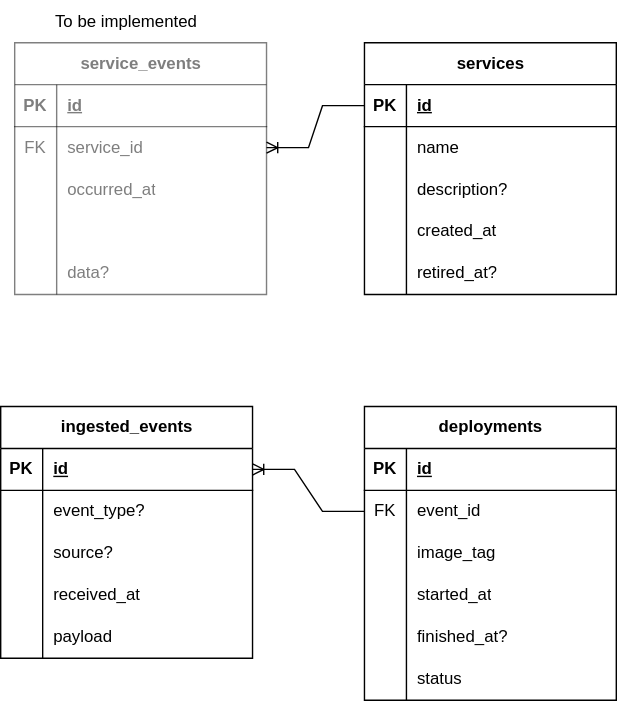
Above: services/backend/docs/erd.drawio.svg in kencopas/PortfolioApp (draw.io), before the change. Source tidied: cells renumbered, new cells last; positions are measured from the earlier drawing's top-left corner, leaving out a move shared by most shapes.
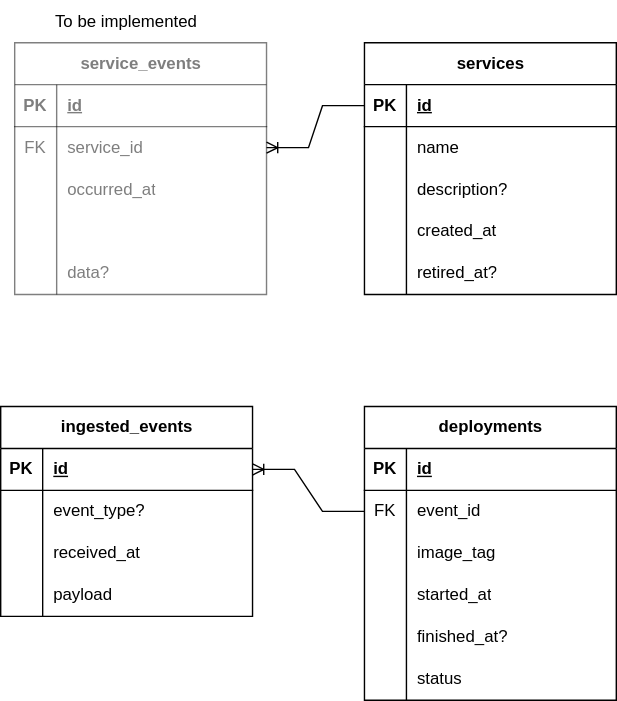
After the commit.

Diff of the diagram source:
```diff
@@ -60,7 +60,7 @@
       <mxGeometry x="30" width="150" height="30" as="geometry" />
     </mxCell>
     <mxCell id="21" value="ingested_events" style="shape=table;startSize=30;rowLines=0;fontStyle=1;align=center;html=1;" parent="1" vertex="1">
-      <mxGeometry y="290" width="180" height="180" as="geometry" />
+      <mxGeometry y="290" width="180" height="150" as="geometry" />
     </mxCell>
     <mxCell id="22" style="shape=tableRow;horizontal=0;startSize=0;swimlaneHead=0;swimlaneBody=0;fillColor=none;points=[[0,0.5],[1,0.5]];portConstraint=eastwest;top=0;left=0;right=0;bottom=1;" parent="21" vertex="1">
       <mxGeometry y="30" width="180" height="30" as="geometry" />
@@ -80,17 +80,8 @@
     <mxCell id="27" value="event_type?" style="shape=partialRectangle;fillColor=none;top=0;left=0;bottom=0;right=0;align=left;spacingLeft=6;overflow=hidden;whiteSpace=wrap;html=1;" parent="25" vertex="1">
       <mxGeometry x="30" width="150" height="30" as="geometry" />
     </mxCell>
-    <mxCell id="28" style="shape=tableRow;horizontal=0;startSize=0;swimlaneHead=0;swimlaneBody=0;fillColor=none;top=0;left=0;right=0;bottom=0;" parent="21" vertex="1">
-      <mxGeometry y="90" width="180" height="30" as="geometry" />
-    </mxCell>
-    <mxCell id="29" style="shape=partialRectangle;fillColor=none;top=0;left=0;bottom=0;right=0;overflow=hidden;whiteSpace=wrap;html=1;" parent="28" vertex="1">
-      <mxGeometry width="30" height="30" as="geometry" />
-    </mxCell>
-    <mxCell id="30" value="source?" style="shape=partialRectangle;fillColor=none;top=0;left=0;bottom=0;right=0;align=left;spacingLeft=6;overflow=hidden;whiteSpace=wrap;html=1;" parent="28" vertex="1">
-      <mxGeometry x="30" width="150" height="30" as="geometry" />
-    </mxCell>
     <mxCell id="31" style="shape=tableRow;horizontal=0;startSize=0;swimlaneHead=0;swimlaneBody=0;fillColor=none;top=0;left=0;right=0;bottom=0;" parent="21" vertex="1">
-      <mxGeometry y="120" width="180" height="30" as="geometry" />
+      <mxGeometry y="90" width="180" height="30" as="geometry" />
     </mxCell>
     <mxCell id="32" style="shape=partialRectangle;fillColor=none;top=0;left=0;bottom=0;right=0;overflow=hidden;whiteSpace=wrap;html=1;" parent="31" vertex="1">
       <mxGeometry width="30" height="30" as="geometry" />
@@ -99,7 +90,7 @@
       <mxGeometry x="30" width="150" height="30" as="geometry" />
     </mxCell>
     <mxCell id="34" style="shape=tableRow;horizontal=0;startSize=0;swimlaneHead=0;swimlaneBody=0;fillColor=none;top=0;left=0;right=0;bottom=0;" parent="21" vertex="1">
-      <mxGeometry y="150" width="180" height="30" as="geometry" />
+      <mxGeometry y="120" width="180" height="30" as="geometry" />
     </mxCell>
     <mxCell id="35" style="shape=partialRectangle;fillColor=none;top=0;left=0;bottom=0;right=0;overflow=hidden;whiteSpace=wrap;html=1;" parent="34" vertex="1">
       <mxGeometry width="30" height="30" as="geometry" />
```
